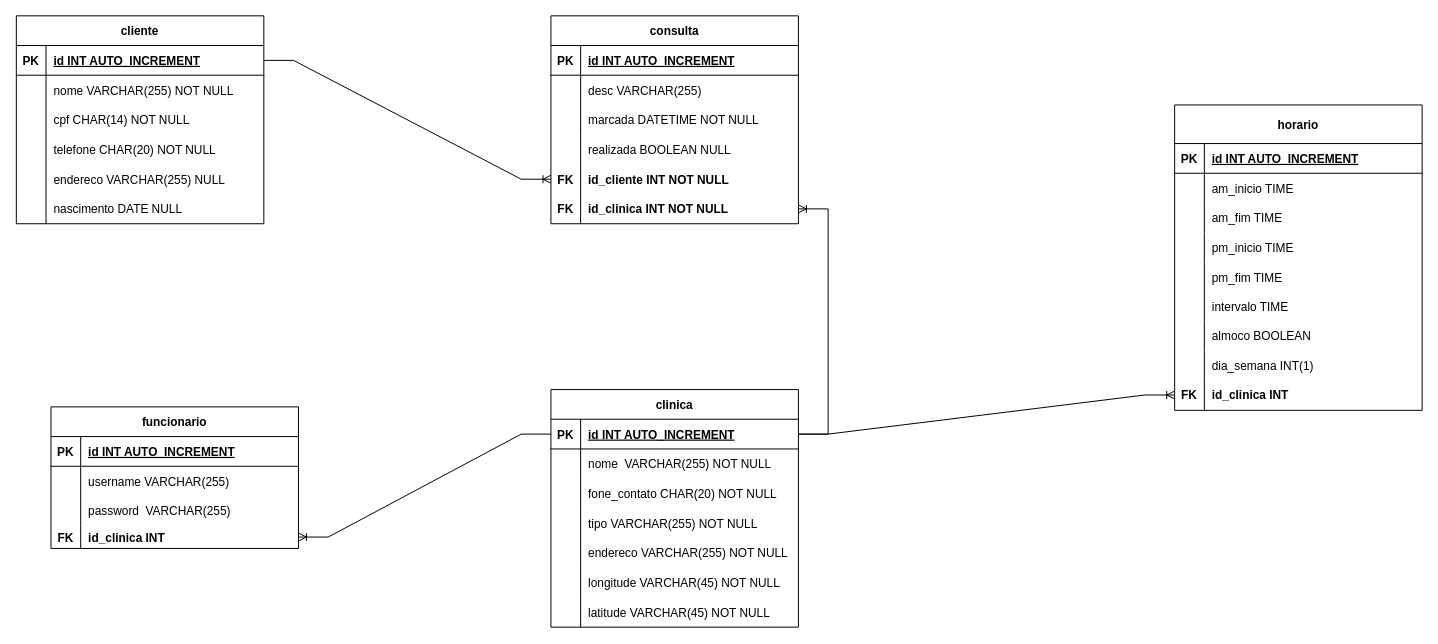
Before: database/MER.drawio in uchoamp/consuchat, a draw.io diagram. Source tidied: cells renumbered, new cells numbered last; positions are measured from the earlier drawing's top-left corner, leaving out a move shared by most shapes. Both pictures are drawn from the tidied source at 99%, with x=0, y=0 at pixel (16, 15).
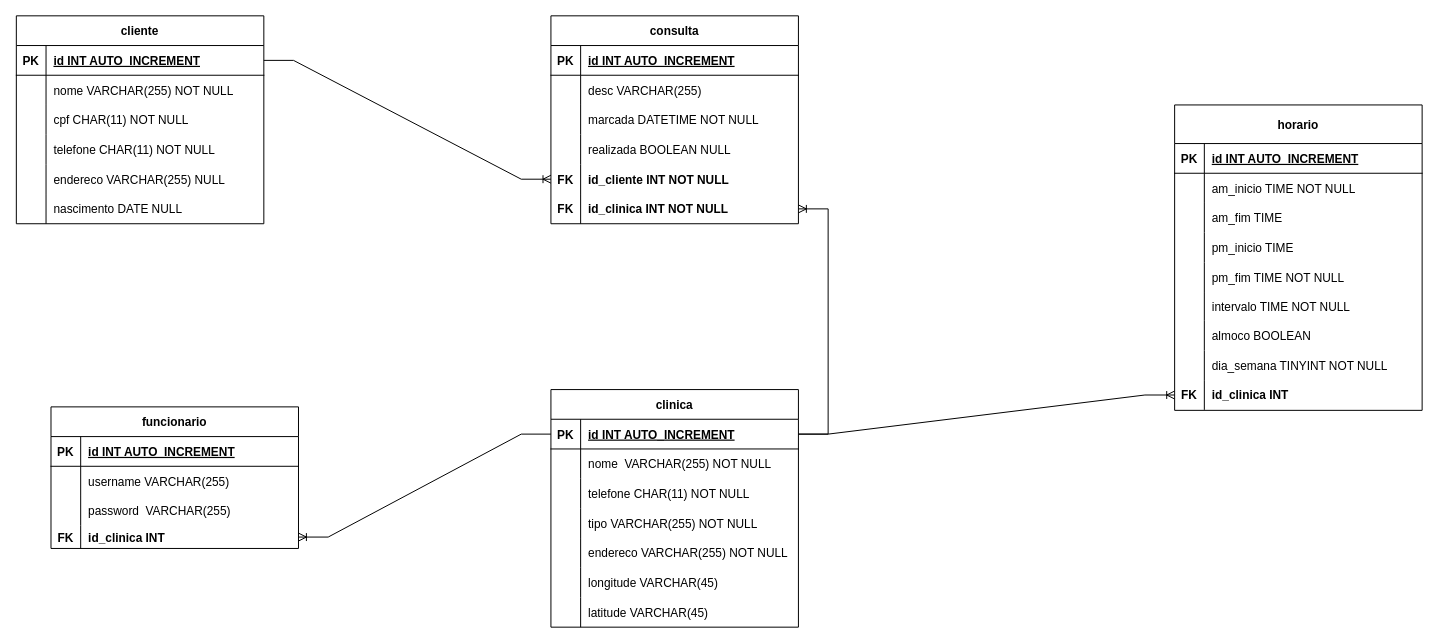
The same page after the edit.

Unchanged cells that the change refers to:
```xml
<mxCell id="28" style="shape=partialRectangle;fillColor=none;top=0;left=0;right=0;bottom=0;" parent="21" vertex="1">
  <mxGeometry y="90" width="250" height="30" as="geometry" />
</mxCell>
<mxCell id="31" style="shape=partialRectangle;fillColor=none;top=0;left=0;right=0;bottom=0;" parent="21" vertex="1">
  <mxGeometry y="120" width="250" height="30" as="geometry" />
</mxCell>
<mxCell id="47" style="shape=partialRectangle;fillColor=none;top=0;left=0;right=0;bottom=0;" parent="40" vertex="1">
  <mxGeometry y="90" width="250" height="30" as="geometry" />
</mxCell>
<mxCell id="56" style="shape=partialRectangle;fillColor=none;top=0;left=0;right=0;bottom=0;" parent="40" vertex="1">
  <mxGeometry y="180" width="250" height="30" as="geometry" />
</mxCell>
<mxCell id="59" style="shape=partialRectangle;fillColor=none;top=0;left=0;right=0;bottom=0;" parent="40" vertex="1">
  <mxGeometry y="210" width="250" height="30" as="geometry" />
</mxCell>
<mxCell id="66" style="shape=partialRectangle;fillColor=none;top=0;left=0;right=0;bottom=0;" parent="62" vertex="1">
  <mxGeometry y="69" width="250" height="30" as="geometry" />
</mxCell>
<mxCell id="75" style="shape=partialRectangle;fillColor=none;top=0;left=0;right=0;bottom=0;" parent="62" vertex="1">
  <mxGeometry y="159" width="250" height="30" as="geometry" />
</mxCell>
<mxCell id="78" style="shape=partialRectangle;fillColor=none;top=0;left=0;right=0;bottom=0;" parent="62" vertex="1">
  <mxGeometry y="189" width="250" height="29" as="geometry" />
</mxCell>
<mxCell id="81" style="shape=partialRectangle;fillColor=none;top=0;left=0;right=0;bottom=0;" parent="62" vertex="1">
  <mxGeometry y="218" width="250" height="30" as="geometry" />
</mxCell>
<mxCell id="84" style="shape=partialRectangle;fillColor=none;top=0;left=0;right=0;bottom=0;" parent="62" vertex="1">
  <mxGeometry y="248" width="250" height="30" as="geometry" />
</mxCell>
```

Change to the diagram source:
```diff
@@
-    <mxCell id="30" value="cpf CHAR(14) NOT NULL" style="shape=partialRectangle;overflow=hidden;fillColor=none;top=0;left=0;bottom=0;right=0;align=left;spacingLeft=6;" parent="28" vertex="1">
+    <mxCell id="30" value="cpf CHAR(11) NOT NULL" style="shape=partialRectangle;overflow=hidden;fillColor=none;top=0;left=0;bottom=0;right=0;align=left;spacingLeft=6;" parent="28" vertex="1">
       <mxGeometry x="30" width="220" height="30" as="geometry" />
     </mxCell>
@@
-    <mxCell id="33" value="telefone CHAR(20) NOT NULL" style="shape=partialRectangle;overflow=hidden;fillColor=none;top=0;left=0;bottom=0;right=0;align=left;spacingLeft=6;" parent="31" vertex="1">
+    <mxCell id="33" value="telefone CHAR(11) NOT NULL" style="shape=partialRectangle;overflow=hidden;fillColor=none;top=0;left=0;bottom=0;right=0;align=left;spacingLeft=6;" parent="31" vertex="1">
       <mxGeometry x="30" width="220" height="30" as="geometry" />
     </mxCell>
@@
-    <mxCell id="49" value="fone_contato CHAR(20) NOT NULL" style="shape=partialRectangle;overflow=hidden;fillColor=none;top=0;left=0;bottom=0;right=0;align=left;spacingLeft=6;" parent="47" vertex="1">
+    <mxCell id="49" value="telefone CHAR(11) NOT NULL" style="shape=partialRectangle;overflow=hidden;fillColor=none;top=0;left=0;bottom=0;right=0;align=left;spacingLeft=6;" parent="47" vertex="1">
       <mxGeometry x="30" width="220" height="30" as="geometry" />
     </mxCell>
@@
-    <mxCell id="58" value="longitude VARCHAR(45) NOT NULL" style="shape=partialRectangle;overflow=hidden;fillColor=none;top=0;left=0;bottom=0;right=0;align=left;spacingLeft=6;" parent="56" vertex="1">
+    <mxCell id="58" value="longitude VARCHAR(45)" style="shape=partialRectangle;overflow=hidden;fillColor=none;top=0;left=0;bottom=0;right=0;align=left;spacingLeft=6;" parent="56" vertex="1">
       <mxGeometry x="30" width="220" height="30" as="geometry" />
     </mxCell>
@@
-    <mxCell id="61" value="latitude VARCHAR(45) NOT NULL" style="shape=partialRectangle;overflow=hidden;fillColor=none;top=0;left=0;bottom=0;right=0;align=left;spacingLeft=6;" parent="59" vertex="1">
+    <mxCell id="61" value="latitude VARCHAR(45)" style="shape=partialRectangle;overflow=hidden;fillColor=none;top=0;left=0;bottom=0;right=0;align=left;spacingLeft=6;" parent="59" vertex="1">
       <mxGeometry x="30" width="220" height="30" as="geometry" />
     </mxCell>
@@
-    <mxCell id="68" value="am_inicio TIME" style="shape=partialRectangle;overflow=hidden;fillColor=none;top=0;left=0;bottom=0;right=0;align=left;spacingLeft=6;" parent="66" vertex="1">
+    <mxCell id="68" value="am_inicio TIME NOT NULL" style="shape=partialRectangle;overflow=hidden;fillColor=none;top=0;left=0;bottom=0;right=0;align=left;spacingLeft=6;" parent="66" vertex="1">
       <mxGeometry x="30" width="220" height="30" as="geometry" />
     </mxCell>
@@
-    <mxCell id="77" value="pm_fim TIME" style="shape=partialRectangle;overflow=hidden;fillColor=none;top=0;left=0;bottom=0;right=0;align=left;spacingLeft=6;" parent="75" vertex="1">
+    <mxCell id="77" value="pm_fim TIME NOT NULL" style="shape=partialRectangle;overflow=hidden;fillColor=none;top=0;left=0;bottom=0;right=0;align=left;spacingLeft=6;" parent="75" vertex="1">
       <mxGeometry x="30" width="220" height="30" as="geometry" />
     </mxCell>
@@
-    <mxCell id="80" value="intervalo TIME " style="shape=partialRectangle;overflow=hidden;fillColor=none;top=0;left=0;bottom=0;right=0;align=left;spacingLeft=6;" parent="78" vertex="1">
+    <mxCell id="80" value="intervalo TIME NOT NULL" style="shape=partialRectangle;overflow=hidden;fillColor=none;top=0;left=0;bottom=0;right=0;align=left;spacingLeft=6;" parent="78" vertex="1">
       <mxGeometry x="30" width="220" height="29" as="geometry" />
     </mxCell>
@@
-    <mxCell id="83" value="almoco BOOLEAN" style="shape=partialRectangle;overflow=hidden;fillColor=none;top=0;left=0;bottom=0;right=0;align=left;spacingLeft=6;" parent="81" vertex="1">
+    <mxCell id="83" value="almoco BOOLEAN " style="shape=partialRectangle;overflow=hidden;fillColor=none;top=0;left=0;bottom=0;right=0;align=left;spacingLeft=6;" parent="81" vertex="1">
       <mxGeometry x="30" width="220" height="30" as="geometry" />
     </mxCell>
@@
-    <mxCell id="86" value="dia_semana INT(1)" style="shape=partialRectangle;overflow=hidden;fillColor=none;top=0;left=0;bottom=0;right=0;align=left;spacingLeft=6;" parent="84" vertex="1">
+    <mxCell id="86" value="dia_semana TINYINT NOT NULL" style="shape=partialRectangle;overflow=hidden;fillColor=none;top=0;left=0;bottom=0;right=0;align=left;spacingLeft=6;" parent="84" vertex="1">
       <mxGeometry x="30" width="220" height="30" as="geometry" />
     </mxCell>
```
